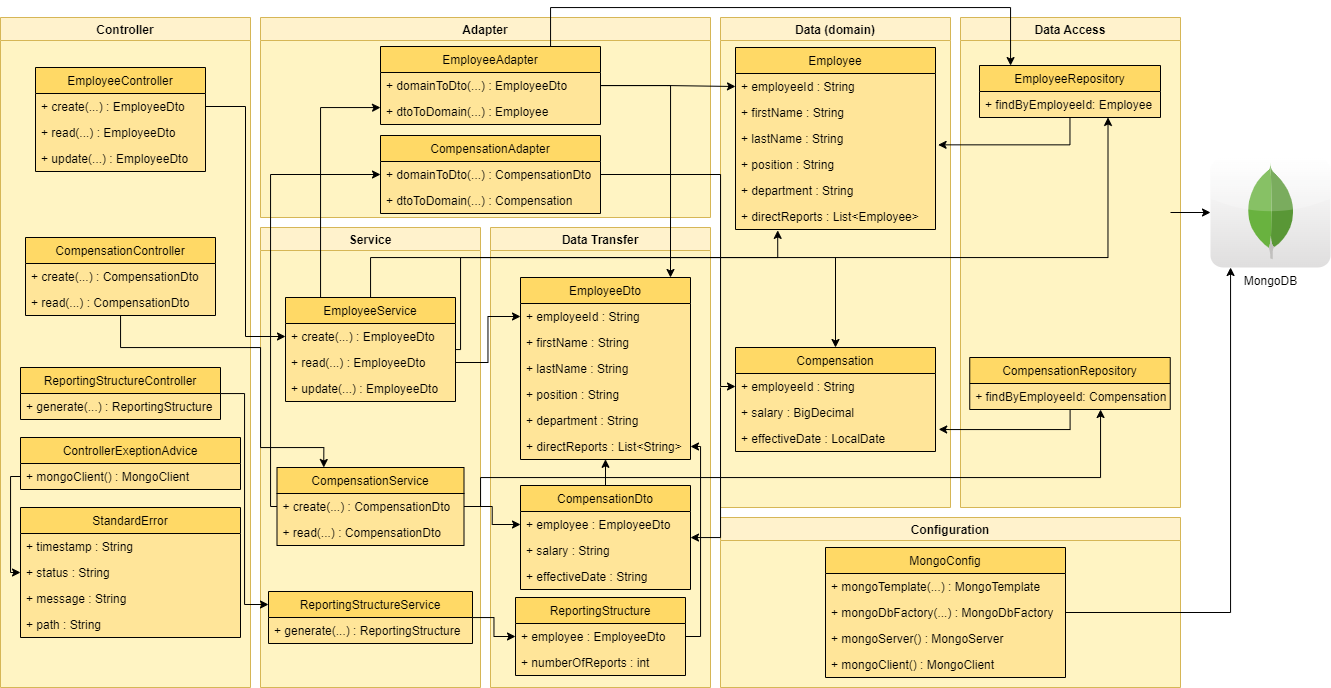
Above: images/model.png in ricardoianelli/M-Code-Challenge (draw.io), before the change. Source tidied: cells renumbered, new cells last; positions are measured from the earlier drawing's top-left corner, leaving out a move shared by most shapes.
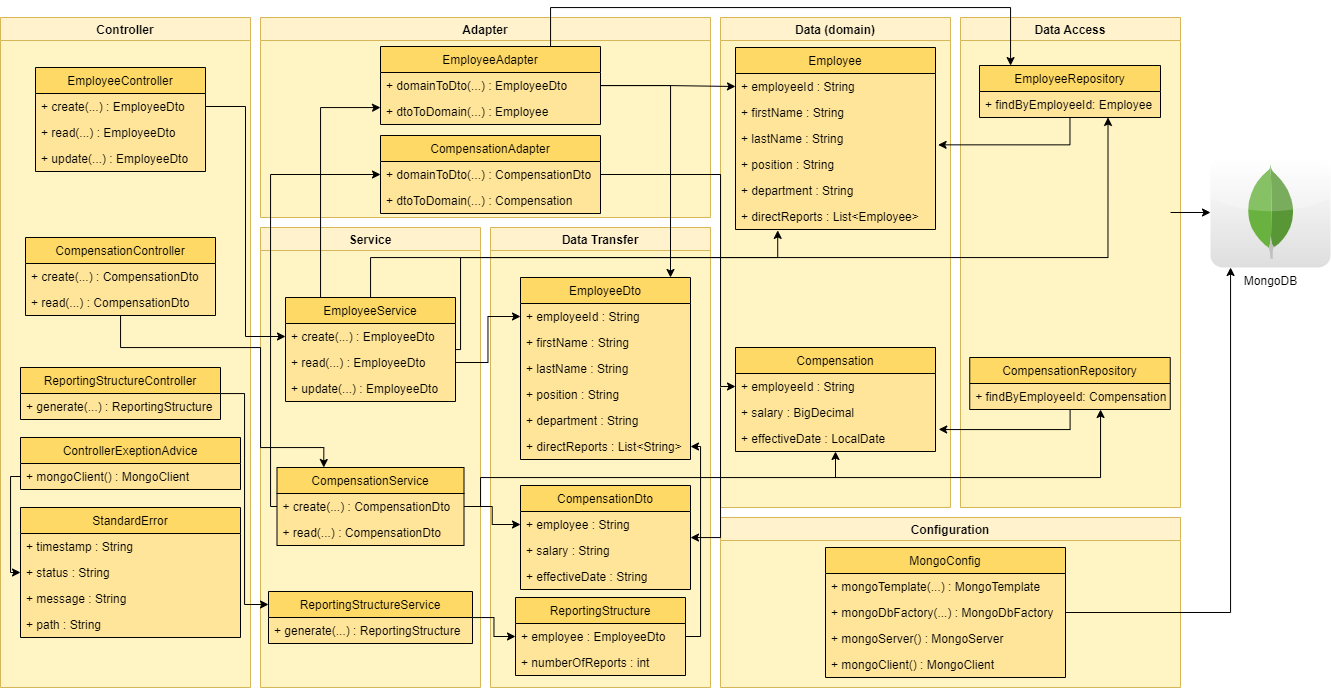
The same diagram one commit later.

Commit message:
Update model diagram

Change to the diagram source:
```diff
@@ -204,13 +204,10 @@
     <mxCell id="65" value="+ numberOfReports : int" style="text;strokeColor=none;fillColor=none;align=left;verticalAlign=top;spacingLeft=4;spacingRight=4;overflow=hidden;" parent="63" vertex="1">
       <mxGeometry y="52" width="170" height="26" as="geometry" />
     </mxCell>
-    <mxCell id="66" style="edgeStyle=orthogonalEdgeStyle;rounded=0;jettySize=auto;html=1;entryX=0.5;entryY=0.993;entryDx=0;entryDy=0;entryPerimeter=0;startArrow=none;startFill=0;endArrow=classic;endFill=1;" parent="54" edge="1" source="67" target="61">
-      <mxGeometry relative="1" as="geometry" />
-    </mxCell>
     <mxCell id="67" value="CompensationDto" style="swimlane;fontStyle=0;horizontal=1;startSize=26;fillColor=#FFD966;swimlaneFillColor=#FFE599;" parent="54" vertex="1">
       <mxGeometry x="30" y="258" width="170" height="104" as="geometry" />
     </mxCell>
-    <mxCell id="68" value="+ employee : EmployeeDto" style="text;strokeColor=none;fillColor=none;align=left;verticalAlign=top;spacingLeft=4;spacingRight=4;overflow=hidden;points=[[0,0.5],[1,0.5]];portConstraint=eastwest;" parent="67" vertex="1">
+    <mxCell id="68" value="+ employee : String" style="text;strokeColor=none;fillColor=none;align=left;verticalAlign=top;spacingLeft=4;spacingRight=4;overflow=hidden;points=[[0,0.5],[1,0.5]];portConstraint=eastwest;" parent="67" vertex="1">
       <mxGeometry y="26" width="170" height="26" as="geometry" />
     </mxCell>
     <mxCell id="69" value="+ salary : String" style="text;strokeColor=none;fillColor=none;align=left;verticalAlign=top;spacingLeft=4;spacingRight=4;overflow=hidden;" parent="67" vertex="1">
@@ -350,11 +347,6 @@
         </Array>
       </mxGeometry>
     </mxCell>
-    <mxCell id="97" style="edgeStyle=orthogonalEdgeStyle;rounded=0;jettySize=auto;html=1;startArrow=classic;startFill=1;endArrow=none;endFill=0;" parent="1" edge="1" source="38">
-      <mxGeometry relative="1" as="geometry">
-        <mxPoint x="835" y="250" as="targetPoint" />
-      </mxGeometry>
-    </mxCell>
     <mxCell id="98" style="edgeStyle=orthogonalEdgeStyle;rounded=0;jettySize=auto;html=1;startArrow=none;startFill=0;endArrow=classic;endFill=1;" parent="1" edge="1" source="73">
       <mxGeometry relative="1" as="geometry">
         <mxPoint x="1010" y="58" as="targetPoint" />
@@ -365,5 +357,10 @@
         </Array>
       </mxGeometry>
     </mxCell>
+    <mxCell id="99" style="edgeStyle=orthogonalEdgeStyle;rounded=0;jettySize=auto;html=1;startArrow=classic;startFill=1;endArrow=none;endFill=0;" parent="1" edge="1" source="38">
+      <mxGeometry relative="1" as="geometry">
+        <mxPoint x="835" y="470" as="targetPoint" />
+      </mxGeometry>
+    </mxCell>
   </root>
 </mxGraphModel>
```
